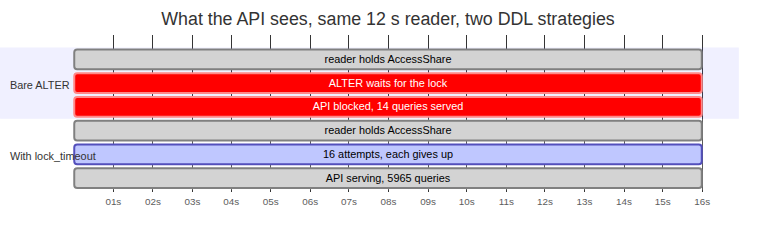
This is markdown/system-design-interview/assets/005/02-timeline.png from haraGADygyl/medium-python-articles, a Mermaid export, as it was before one commit. Its source is kept beside it as markdown/system-design-interview/assets/005/02-timeline.mmd.
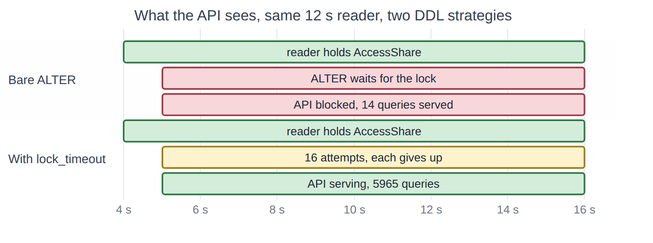
After the commit.

Diff of the diagram source:
```diff
@@ -1,12 +1,13 @@
 gantt
     title What the API sees, same 12 s reader, two DDL strategies
-    dateFormat  X
-    axisFormat  %Ss
+    dateFormat HH:mm:ss
+    axisFormat %-S s
+    tickInterval 2second
     section Bare ALTER
-    reader holds AccessShare        :done, r1, 4, 16
-    ALTER waits for the lock        :crit, a1, 5, 16
-    API blocked, 14 queries served  :crit, b1, 5, 16
+    reader holds AccessShare        :done, r1, 00:00:04, 00:00:16
+    ALTER waits for the lock        :crit, a1, 00:00:05, 00:00:16
+    API blocked, 14 queries served  :crit, b1, 00:00:05, 00:00:16
     section With lock_timeout
-    reader holds AccessShare        :done, r2, 4, 16
-    16 attempts, each gives up      :active, a2, 5, 16
-    API serving, 5965 queries       :done, b2, 5, 16
+    reader holds AccessShare        :done, r2, 00:00:04, 00:00:16
+    16 attempts, each gives up      :active, a2, 00:00:05, 00:00:16
+    API serving, 5965 queries       :done, b2, 00:00:05, 00:00:16
```
